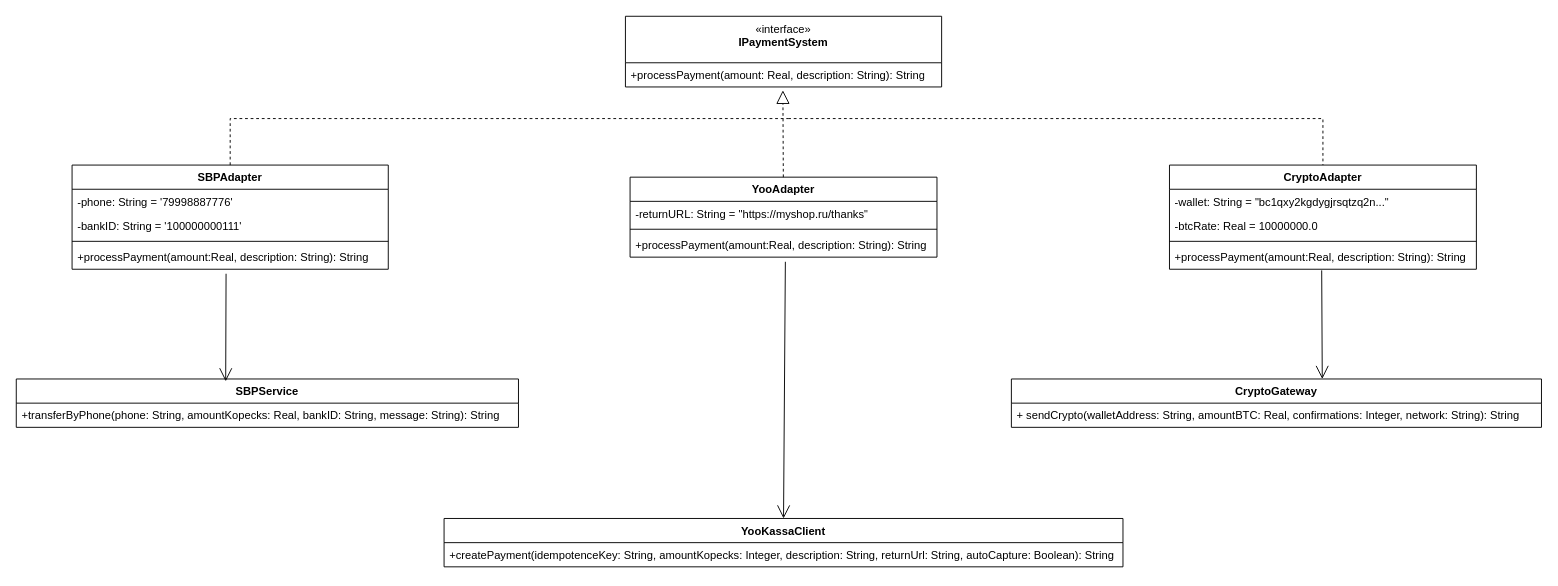
razzgrape/Object-oriented-analysis-and-design-2 keeps this draw.io diagram as lab02/docs/ooap2.drawio. Above is the earlier version. Source tidied: cells renumbered, new cells numbered last; positions are measured from the earlier drawing's top-left corner, leaving out a move shared by most shapes. Both pictures are drawn from the tidied source at 93%, with x=0, y=0 at pixel (16, 16).
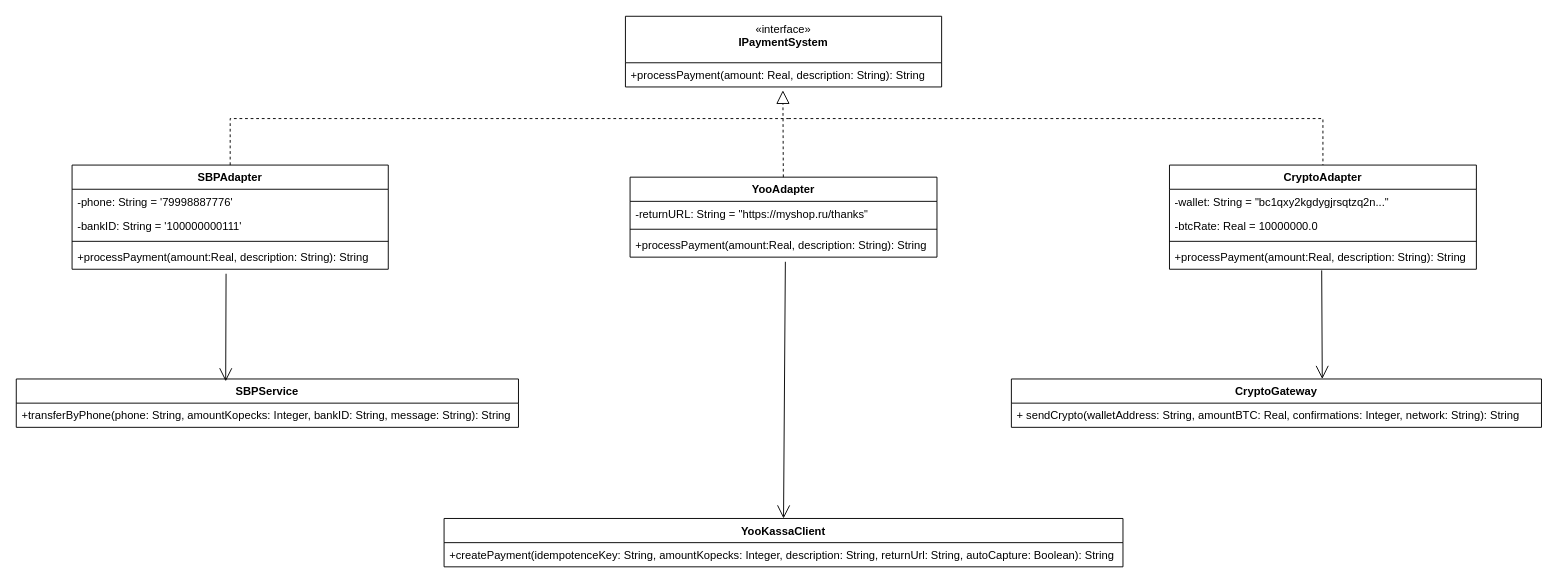
The same diagram, later.

Commit message (it also covers changes not shown here):
upd: diag class

The change refers to these unchanged cells:
```xml
<mxCell id="4" value="SBPService" style="swimlane;fontStyle=1;align=center;verticalAlign=top;horizontal=1;startSize=26;whiteSpace=wrap;html=1;" parent="1" vertex="1">
  <mxGeometry y="390" width="540" height="52" as="geometry" />
</mxCell>
```

What changed in the source:
```diff
@@
-    <mxCell id="5" value="+transferByPhone(phone: String, amountKopecks: Real, bankID: String, message: String): String" style="text;strokeColor=none;fillColor=none;align=left;verticalAlign=top;spacingLeft=4;spacingRight=4;overflow=hidden;whiteSpace=wrap;html=1;" parent="4" vertex="1">
+    <mxCell id="5" value="+transferByPhone(phone: String, amountKopecks: Integer, bankID: String, message: String): String" style="text;strokeColor=none;fillColor=none;align=left;verticalAlign=top;spacingLeft=4;spacingRight=4;overflow=hidden;whiteSpace=wrap;html=1;" parent="4" vertex="1">
       <mxGeometry y="26" width="540" height="26" as="geometry" />
     </mxCell>
```
